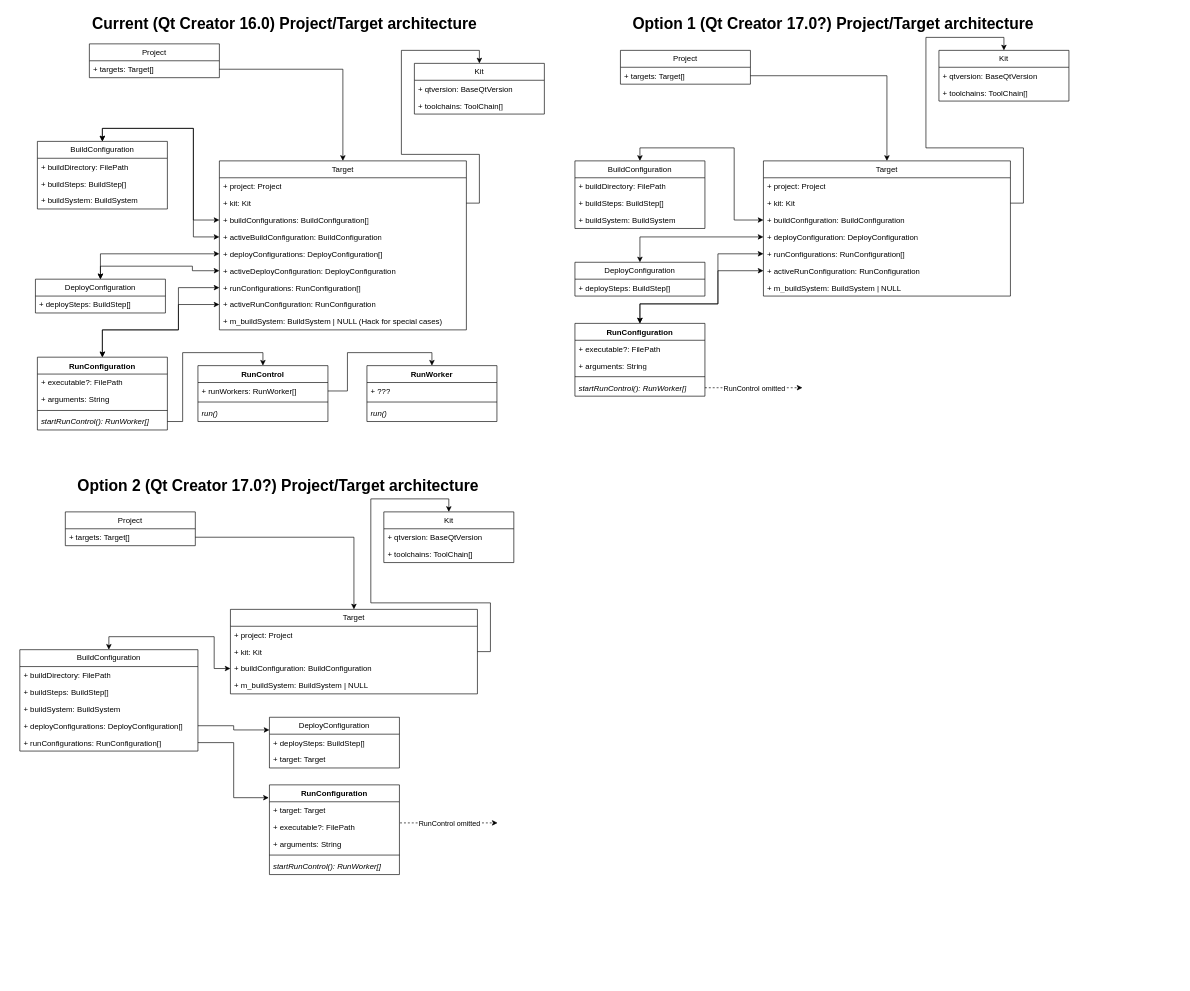
Earlier version of the draw.io diagram Untitled Diagram.drawio (Maddimax/qtc-architecture). Source tidied: cells renumbered, new cells numbered last; positions are measured from the earlier drawing's top-left corner, leaving out a move shared by most shapes. Both pictures are drawn from the tidied source at 65%, with x=0, y=0 at pixel (11, 11).
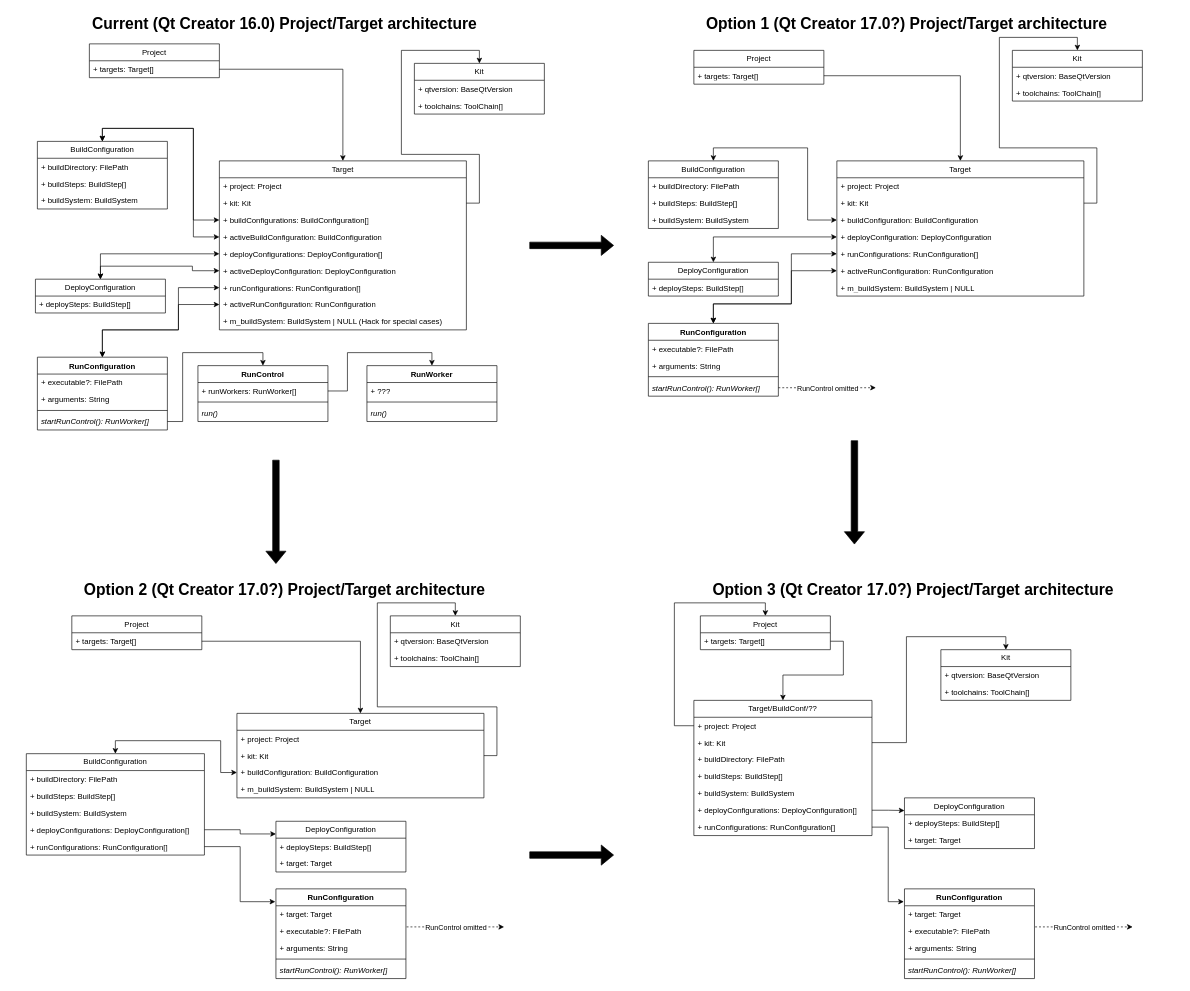
The same page after the edit.

Unchanged cells that the change refers to:
```xml
<mxCell id="47" value="+ runConfigurations: RunConfiguration[]" style="text;strokeColor=none;fillColor=none;align=left;verticalAlign=top;spacingLeft=4;spacingRight=4;overflow=hidden;points=[[0,0.5],[1,0.5]];portConstraint=eastwest;whiteSpace=wrap;html=1;" parent="42" vertex="1">
  <mxGeometry y="130" width="380" height="26" as="geometry" />
</mxCell>
<mxCell id="48" value="&lt;div&gt;+ activeRunConfiguration: RunConfiguration&lt;/div&gt;" style="text;strokeColor=none;fillColor=none;align=left;verticalAlign=top;spacingLeft=4;spacingRight=4;overflow=hidden;points=[[0,0.5],[1,0.5]];portConstraint=eastwest;whiteSpace=wrap;html=1;" parent="42" vertex="1">
  <mxGeometry y="156" width="380" height="26" as="geometry" />
</mxCell>
<mxCell id="62" value="startRunControl(): RunWorker[]" style="text;strokeColor=none;fillColor=none;align=left;verticalAlign=top;spacingLeft=4;spacingRight=4;overflow=hidden;points=[[0,0.5],[1,0.5]];portConstraint=eastwest;whiteSpace=wrap;html=1;fontStyle=2;" parent="58" vertex="1">
  <mxGeometry y="86" width="200" height="26" as="geometry" />
</mxCell>
```

Change to the diagram source:
```diff
@@
     <mxCell id="37" value="Project" style="swimlane;fontStyle=0;horizontal=1;startSize=26;fillColor=none;whiteSpace=wrap;html=1;" parent="1" vertex="1">
-      <mxGeometry x="937" y="60" width="200" height="52" as="geometry" />
+      <mxGeometry x="1050" y="60" width="200" height="52" as="geometry" />
     </mxCell>
@@
     <mxCell id="39" value="Kit" style="swimlane;fontStyle=0;horizontal=1;startSize=26;fillColor=none;whiteSpace=wrap;html=1;" parent="1" vertex="1">
-      <mxGeometry x="1427" y="60" width="200" height="78" as="geometry" />
+      <mxGeometry x="1540" y="60" width="200" height="78" as="geometry" />
     </mxCell>
@@
     <mxCell id="42" value="Target" style="swimlane;fontStyle=0;horizontal=1;startSize=26;fillColor=none;whiteSpace=wrap;html=1;" parent="1" vertex="1">
-      <mxGeometry x="1157" y="230" width="380" height="208" as="geometry" />
+      <mxGeometry x="1270" y="230" width="380" height="208" as="geometry" />
     </mxCell>
@@
     <mxCell id="51" value="BuildConfiguration" style="swimlane;fontStyle=0;horizontal=1;startSize=26;fillColor=none;whiteSpace=wrap;html=1;" parent="1" vertex="1">
-      <mxGeometry x="867" y="230" width="200" height="104" as="geometry" />
+      <mxGeometry x="980" y="230" width="200" height="104" as="geometry" />
     </mxCell>
@@
     <mxCell id="56" value="DeployConfiguration" style="swimlane;fontStyle=0;horizontal=1;startSize=26;fillColor=none;whiteSpace=wrap;html=1;" parent="1" vertex="1">
-      <mxGeometry x="867" y="386" width="200" height="52" as="geometry" />
+      <mxGeometry x="980" y="386" width="200" height="52" as="geometry" />
     </mxCell>
@@
     <mxCell id="58" value="RunConfiguration" style="swimlane;fontStyle=1;align=center;verticalAlign=top;horizontal=1;startSize=26;whiteSpace=wrap;html=1;" parent="1" vertex="1">
-      <mxGeometry x="867" y="480" width="200" height="112" as="geometry" />
+      <mxGeometry x="980" y="480" width="200" height="112" as="geometry" />
     </mxCell>
@@
     <mxCell id="63" value="Option 1 (Qt Creator 17.0?) Project/Target architecture" style="text;strokeColor=none;fillColor=none;html=1;fontSize=24;fontStyle=1;verticalAlign=middle;align=center;" parent="1" vertex="1">
-      <mxGeometry x="854" width="820" height="40" as="geometry" />
+      <mxGeometry x="967" width="820" height="40" as="geometry" />
     </mxCell>
@@
     <mxCell id="76" style="edgeStyle=orthogonalEdgeStyle;rounded=0;jettySize=auto;html=1;exitX=0;exitY=0.5;exitDx=0;exitDy=0;entryX=0.5;entryY=0;entryDx=0;entryDy=0;startArrow=classic;startFill=1;" parent="1" edge="1" source="47" target="58">
       <mxGeometry relative="1" as="geometry">
         <Array as="points">
-          <mxPoint x="1087" y="373" />
-          <mxPoint x="1087" y="450" />
-          <mxPoint x="967" y="450" />
+          <mxPoint x="1200" y="373" />
+          <mxPoint x="1200" y="450" />
+          <mxPoint x="1080" y="450" />
         </Array>
       </mxGeometry>
     </mxCell>
     <mxCell id="77" value="Project" style="swimlane;fontStyle=0;horizontal=1;startSize=26;fillColor=none;whiteSpace=wrap;html=1;" parent="1" vertex="1">
-      <mxGeometry x="83" y="770" width="200" height="52" as="geometry" />
+      <mxGeometry x="93" y="930" width="200" height="52" as="geometry" />
     </mxCell>
@@
     <mxCell id="79" value="Kit" style="swimlane;fontStyle=0;horizontal=1;startSize=26;fillColor=none;whiteSpace=wrap;html=1;" parent="1" vertex="1">
-      <mxGeometry x="573" y="770" width="200" height="78" as="geometry" />
+      <mxGeometry x="583" y="930" width="200" height="78" as="geometry" />
     </mxCell>
@@
     <mxCell id="82" value="Target" style="swimlane;fontStyle=0;horizontal=1;startSize=26;fillColor=none;whiteSpace=wrap;html=1;" parent="1" vertex="1">
-      <mxGeometry x="337" y="920" width="380" height="130" as="geometry" />
+      <mxGeometry x="347" y="1080" width="380" height="130" as="geometry" />
     </mxCell>
@@
     <mxCell id="88" value="BuildConfiguration" style="swimlane;fontStyle=0;horizontal=1;startSize=26;fillColor=none;whiteSpace=wrap;html=1;" parent="1" vertex="1">
-      <mxGeometry x="13" y="982" width="274" height="156" as="geometry" />
+      <mxGeometry x="23" y="1142" width="274" height="156" as="geometry" />
     </mxCell>
@@
     <mxCell id="95" value="DeployConfiguration" style="swimlane;fontStyle=0;horizontal=1;startSize=26;fillColor=none;whiteSpace=wrap;html=1;" parent="1" vertex="1">
-      <mxGeometry x="397" y="1086" width="200" height="78" as="geometry" />
+      <mxGeometry x="407" y="1246" width="200" height="78" as="geometry" />
     </mxCell>
@@
     <mxCell id="98" value="RunConfiguration" style="swimlane;fontStyle=1;align=center;verticalAlign=top;horizontal=1;startSize=26;whiteSpace=wrap;html=1;" parent="1" vertex="1">
-      <mxGeometry x="397" y="1190" width="200" height="138" as="geometry" />
+      <mxGeometry x="407" y="1350" width="200" height="138" as="geometry" />
     </mxCell>
@@
     <mxCell id="104" value="Option 2 (Qt Creator 17.0?) Project/Target architecture" style="text;strokeColor=none;fillColor=none;html=1;fontSize=24;fontStyle=1;verticalAlign=middle;align=center;" parent="1" vertex="1">
-      <mxGeometry y="710" width="820" height="40" as="geometry" />
+      <mxGeometry x="10" y="870" width="820" height="40" as="geometry" />
     </mxCell>
@@
     <mxCell id="108" style="edgeStyle=orthogonalEdgeStyle;rounded=0;jettySize=auto;html=1;exitX=0;exitY=0.5;exitDx=0;exitDy=0;entryX=0.5;entryY=0;entryDx=0;entryDy=0;startArrow=classic;startFill=1;" parent="1" edge="1" source="48" target="58">
       <mxGeometry relative="1" as="geometry">
         <Array as="points">
-          <mxPoint x="1087" y="399" />
-          <mxPoint x="1087" y="450" />
-          <mxPoint x="967" y="450" />
+          <mxPoint x="1200" y="399" />
+          <mxPoint x="1200" y="450" />
+          <mxPoint x="1080" y="450" />
         </Array>
       </mxGeometry>
     </mxCell>
     <mxCell id="109" style="endArrow=classic;html=1;rounded=0;exitX=1;exitY=0.5;exitDx=0;exitDy=0;dashed=1;" parent="1" edge="1" source="62">
       <mxGeometry relative="1" as="geometry">
-        <mxPoint x="1217" y="579" as="targetPoint" />
+        <mxPoint x="1330" y="579" as="targetPoint" />
       </mxGeometry>
     </mxCell>
@@
     <mxCell id="111" style="endArrow=classic;html=1;rounded=0;exitX=1;exitY=0.5;exitDx=0;exitDy=0;dashed=1;" parent="1" edge="1">
       <mxGeometry relative="1" as="geometry">
-        <mxPoint x="598" y="1248.5" as="sourcePoint" />
-        <mxPoint x="748" y="1248.5" as="targetPoint" />
+        <mxPoint x="608" y="1408.5" as="sourcePoint" />
+        <mxPoint x="758" y="1408.5" as="targetPoint" />
       </mxGeometry>
     </mxCell>
@@
+    <mxCell id="113" value="Project" style="swimlane;fontStyle=0;horizontal=1;startSize=26;fillColor=none;whiteSpace=wrap;html=1;" parent="1" vertex="1">
+      <mxGeometry x="1060" y="930" width="200" height="52" as="geometry" />
+    </mxCell>
+    <mxCell id="114" value="+ targets: Target[]" style="text;strokeColor=none;fillColor=none;align=left;verticalAlign=top;spacingLeft=4;spacingRight=4;overflow=hidden;points=[[0,0.5],[1,0.5]];portConstraint=eastwest;whiteSpace=wrap;html=1;" parent="113" vertex="1">
+      <mxGeometry y="26" width="200" height="26" as="geometry" />
+    </mxCell>
+    <mxCell id="115" value="Kit" style="swimlane;fontStyle=0;horizontal=1;startSize=26;fillColor=none;whiteSpace=wrap;html=1;" parent="1" vertex="1">
+      <mxGeometry x="1430" y="982" width="200" height="78" as="geometry" />
+    </mxCell>
+    <mxCell id="116" value="+ qtversion: BaseQtVersion" style="text;strokeColor=none;fillColor=none;align=left;verticalAlign=top;spacingLeft=4;spacingRight=4;overflow=hidden;whiteSpace=wrap;html=1;" parent="115" vertex="1">
+      <mxGeometry y="26" width="200" height="26" as="geometry" />
+    </mxCell>
+    <mxCell id="117" value="+ toolchains: ToolChain[]" style="text;strokeColor=none;fillColor=none;align=left;verticalAlign=top;spacingLeft=4;spacingRight=4;overflow=hidden;whiteSpace=wrap;html=1;" parent="115" vertex="1">
+      <mxGeometry y="52" width="200" height="26" as="geometry" />
+    </mxCell>
+    <mxCell id="118" value="Target/BuildConf/??" style="swimlane;fontStyle=0;horizontal=1;startSize=26;fillColor=none;whiteSpace=wrap;html=1;" parent="1" vertex="1">
+      <mxGeometry x="1050" y="1060" width="274" height="208" as="geometry" />
+    </mxCell>
+    <mxCell id="119" value="+ project: Project" style="text;strokeColor=none;fillColor=none;align=left;verticalAlign=top;spacingLeft=4;spacingRight=4;overflow=hidden;points=[[0,0.5],[1,0.5]];portConstraint=eastwest;whiteSpace=wrap;html=1;" parent="118" vertex="1">
+      <mxGeometry y="26" width="274" height="26" as="geometry" />
+    </mxCell>
+    <mxCell id="120" value="+ kit: Kit" style="text;strokeColor=none;fillColor=none;align=left;verticalAlign=top;spacingLeft=4;spacingRight=4;overflow=hidden;points=[[0,0.5],[1,0.5]];portConstraint=eastwest;whiteSpace=wrap;html=1;" parent="118" vertex="1">
+      <mxGeometry y="52" width="274" height="26" as="geometry" />
+    </mxCell>
+    <mxCell id="121" value="+ buildDirectory: FilePath" style="text;strokeColor=none;fillColor=none;align=left;verticalAlign=top;spacingLeft=4;spacingRight=4;overflow=hidden;whiteSpace=wrap;html=1;" parent="118" vertex="1">
+      <mxGeometry y="78" width="274" height="26" as="geometry" />
+    </mxCell>
+    <mxCell id="122" value="+ buildSteps: BuildStep[]" style="text;strokeColor=none;fillColor=none;align=left;verticalAlign=top;spacingLeft=4;spacingRight=4;overflow=hidden;whiteSpace=wrap;html=1;" parent="118" vertex="1">
+      <mxGeometry y="104" width="274" height="26" as="geometry" />
+    </mxCell>
+    <mxCell id="123" value="+ buildSystem: BuildSystem" style="text;strokeColor=none;fillColor=none;align=left;verticalAlign=top;spacingLeft=4;spacingRight=4;overflow=hidden;whiteSpace=wrap;html=1;" parent="118" vertex="1">
+      <mxGeometry y="130" width="274" height="26" as="geometry" />
+    </mxCell>
+    <mxCell id="124" value="+ deployConfigurations: DeployConfiguration[]" style="text;strokeColor=none;fillColor=none;align=left;verticalAlign=top;spacingLeft=4;spacingRight=4;overflow=hidden;points=[[0,0.5],[1,0.5]];portConstraint=eastwest;whiteSpace=wrap;html=1;" parent="118" vertex="1">
+      <mxGeometry y="156" width="274" height="26" as="geometry" />
+    </mxCell>
+    <mxCell id="125" value="+ runConfigurations: RunConfiguration[]" style="text;strokeColor=none;fillColor=none;align=left;verticalAlign=top;spacingLeft=4;spacingRight=4;overflow=hidden;points=[[0,0.5],[1,0.5]];portConstraint=eastwest;whiteSpace=wrap;html=1;" parent="118" vertex="1">
+      <mxGeometry y="182" width="274" height="26" as="geometry" />
+    </mxCell>
+    <mxCell id="126" value="DeployConfiguration" style="swimlane;fontStyle=0;horizontal=1;startSize=26;fillColor=none;whiteSpace=wrap;html=1;" parent="1" vertex="1">
+      <mxGeometry x="1374" y="1210" width="200" height="78" as="geometry" />
+    </mxCell>
+    <mxCell id="127" value="+ deploySteps: BuildStep[]" style="text;strokeColor=none;fillColor=none;align=left;verticalAlign=top;spacingLeft=4;spacingRight=4;overflow=hidden;whiteSpace=wrap;html=1;" parent="126" vertex="1">
+      <mxGeometry y="26" width="200" height="26" as="geometry" />
+    </mxCell>
+    <mxCell id="128" value="+ target: Target" style="text;strokeColor=none;fillColor=none;align=left;verticalAlign=top;spacingLeft=4;spacingRight=4;overflow=hidden;whiteSpace=wrap;html=1;" parent="126" vertex="1">
+      <mxGeometry y="52" width="200" height="26" as="geometry" />
+    </mxCell>
+    <mxCell id="129" value="RunConfiguration" style="swimlane;fontStyle=1;align=center;verticalAlign=top;horizontal=1;startSize=26;whiteSpace=wrap;html=1;" parent="1" vertex="1">
+      <mxGeometry x="1374" y="1350" width="200" height="138" as="geometry" />
+    </mxCell>
+    <mxCell id="130" value="+ target: Target" style="text;strokeColor=none;fillColor=none;align=left;verticalAlign=top;spacingLeft=4;spacingRight=4;overflow=hidden;whiteSpace=wrap;html=1;" parent="129" vertex="1">
+      <mxGeometry y="26" width="200" height="26" as="geometry" />
+    </mxCell>
+    <mxCell id="131" value="+ executable?: FilePath" style="text;strokeColor=none;fillColor=none;align=left;verticalAlign=top;spacingLeft=4;spacingRight=4;overflow=hidden;whiteSpace=wrap;html=1;" parent="129" vertex="1">
+      <mxGeometry y="52" width="200" height="26" as="geometry" />
+    </mxCell>
+    <mxCell id="132" value="+ arguments: String" style="text;strokeColor=none;fillColor=none;align=left;verticalAlign=top;spacingLeft=4;spacingRight=4;overflow=hidden;whiteSpace=wrap;html=1;" parent="129" vertex="1">
+      <mxGeometry y="78" width="200" height="26" as="geometry" />
+    </mxCell>
+    <mxCell id="133" style="line;strokeWidth=1;fillColor=none;align=left;verticalAlign=middle;spacingTop=-1;spacingLeft=3;spacingRight=3;labelPosition=right;strokeColor=inherit;" parent="129" vertex="1">
+      <mxGeometry y="104" width="200" height="8" as="geometry" />
+    </mxCell>
+    <mxCell id="134" value="startRunControl(): RunWorker[]" style="text;strokeColor=none;fillColor=none;align=left;verticalAlign=top;spacingLeft=4;spacingRight=4;overflow=hidden;whiteSpace=wrap;html=1;fontStyle=2;" parent="129" vertex="1">
+      <mxGeometry y="112" width="200" height="26" as="geometry" />
+    </mxCell>
+    <mxCell id="135" value="Option 3 (Qt Creator 17.0?) Project/Target architecture" style="text;strokeColor=none;fillColor=none;html=1;fontSize=24;fontStyle=1;verticalAlign=middle;align=center;" parent="1" vertex="1">
+      <mxGeometry x="977" y="870" width="820" height="40" as="geometry" />
+    </mxCell>
+    <mxCell id="136" style="edgeStyle=orthogonalEdgeStyle;rounded=0;jettySize=auto;html=1;exitX=1;exitY=0.5;exitDx=0;exitDy=0;entryX=-0.005;entryY=0.143;entryDx=0;entryDy=0;entryPerimeter=0;" parent="1" edge="1" source="125" target="129">
+      <mxGeometry relative="1" as="geometry" />
+    </mxCell>
+    <mxCell id="137" style="edgeStyle=orthogonalEdgeStyle;rounded=0;jettySize=auto;html=1;exitX=1;exitY=0.5;exitDx=0;exitDy=0;entryX=0;entryY=0.25;entryDx=0;entryDy=0;" parent="1" edge="1" source="124" target="126">
+      <mxGeometry relative="1" as="geometry" />
+    </mxCell>
+    <mxCell id="138" style="endArrow=classic;html=1;rounded=0;exitX=1;exitY=0.5;exitDx=0;exitDy=0;dashed=1;" parent="1" edge="1">
+      <mxGeometry relative="1" as="geometry">
+        <mxPoint x="1575" y="1408.5" as="sourcePoint" />
+        <mxPoint x="1725" y="1408.5" as="targetPoint" />
+      </mxGeometry>
+    </mxCell>
+    <mxCell id="139" value="RunControl omitted" style="edgeLabel;html=1;align=center;verticalAlign=middle;" parent="138" vertex="1">
+      <mxGeometry relative="1" as="geometry" />
+    </mxCell>
+    <mxCell id="140" style="edgeStyle=orthogonalEdgeStyle;rounded=0;jettySize=auto;html=1;exitX=1;exitY=0.5;exitDx=0;exitDy=0;entryX=0.5;entryY=0;entryDx=0;entryDy=0;" parent="1" edge="1" source="120" target="115">
+      <mxGeometry relative="1" as="geometry" />
+    </mxCell>
+    <mxCell id="141" style="edgeStyle=orthogonalEdgeStyle;rounded=0;jettySize=auto;html=1;exitX=1;exitY=0.5;exitDx=0;exitDy=0;entryX=0.5;entryY=0;entryDx=0;entryDy=0;" parent="1" edge="1" source="114" target="118">
+      <mxGeometry relative="1" as="geometry" />
+    </mxCell>
+    <mxCell id="142" style="edgeStyle=orthogonalEdgeStyle;rounded=0;jettySize=auto;html=1;exitX=0;exitY=0.5;exitDx=0;exitDy=0;entryX=0.5;entryY=0;entryDx=0;entryDy=0;" parent="1" edge="1" source="119" target="113">
+      <mxGeometry relative="1" as="geometry">
+        <Array as="points">
+          <mxPoint x="1020" y="1099" />
+          <mxPoint x="1020" y="910" />
+          <mxPoint x="1160" y="910" />
+        </Array>
+      </mxGeometry>
+    </mxCell>
+    <mxCell id="143" style="shape=flexArrow;endArrow=classic;html=1;rounded=0;fillColor=#000000;" parent="1" edge="1">
+      <mxGeometry relative="1" as="geometry">
+        <mxPoint x="797" y="360" as="sourcePoint" />
+        <mxPoint x="927" y="360" as="targetPoint" />
+      </mxGeometry>
+    </mxCell>
+    <mxCell id="144" style="shape=flexArrow;endArrow=classic;html=1;rounded=0;fillColor=#000000;" parent="1" edge="1">
+      <mxGeometry relative="1" as="geometry">
+        <mxPoint x="407" y="690" as="sourcePoint" />
+        <mxPoint x="407" y="850" as="targetPoint" />
+      </mxGeometry>
+    </mxCell>
+    <mxCell id="145" style="shape=flexArrow;endArrow=classic;html=1;rounded=0;fillColor=#000000;" parent="1" edge="1">
+      <mxGeometry relative="1" as="geometry">
+        <mxPoint x="1297" y="660" as="sourcePoint" />
+        <mxPoint x="1297" y="820" as="targetPoint" />
+      </mxGeometry>
+    </mxCell>
+    <mxCell id="146" style="shape=flexArrow;endArrow=classic;html=1;rounded=0;fillColor=#000000;" parent="1" edge="1">
+      <mxGeometry relative="1" as="geometry">
+        <mxPoint x="797" y="1298" as="sourcePoint" />
+        <mxPoint x="927" y="1298" as="targetPoint" />
+      </mxGeometry>
+    </mxCell>
```
